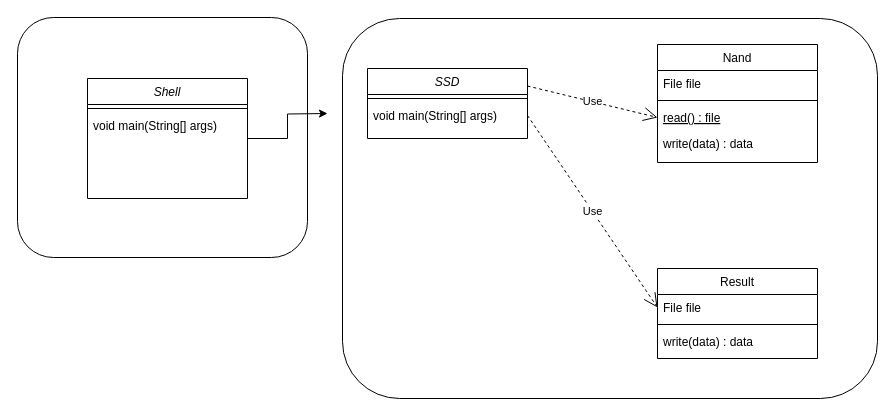
This is page "PackageDiagram" (1 of 2) of src/main/resources/ClassDiagram.drawio from 24CRA-TeamB/SolidStateDrive, a draw.io file, before an edit. Source tidied: cells renumbered, new cells numbered last; positions are measured from the earlier drawing's top-left corner, leaving out a move shared by most shapes. Both pictures are drawn from the tidied source at 100%, with x=0, y=0 at pixel (17, 17).
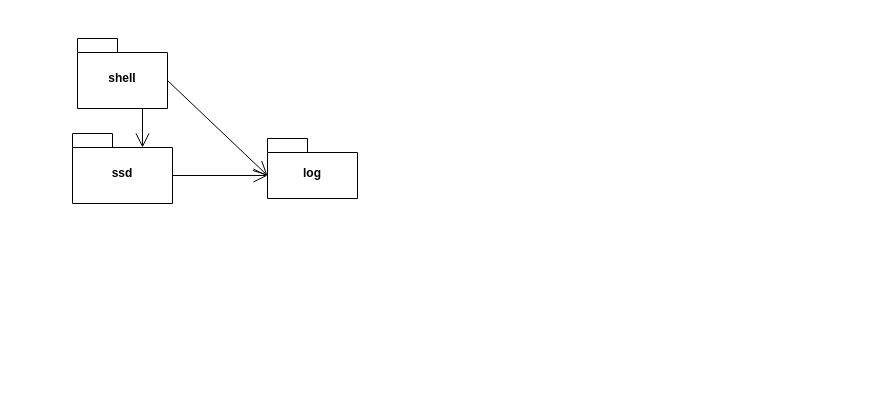
The same page after the edit.

Commit message:
shell 관련 클래스 다이어그램 업데이트

Diff of the diagram source:
```diff
@@
-    <mxCell id="2" style="rounded=1;whiteSpace=wrap;html=1;" parent="1" vertex="1">
-      <mxGeometry x="325" y="1" width="535" height="380" as="geometry" />
-    </mxCell>
-    <mxCell id="3" style="rounded=1;whiteSpace=wrap;html=1;" parent="1" vertex="1">
-      <mxGeometry width="290" height="240" as="geometry" />
-    </mxCell>
-    <mxCell id="4" value="SSD" style="swimlane;fontStyle=2;align=center;verticalAlign=top;horizontal=1;startSize=26;rounded=0;shadow=0;strokeWidth=1;" parent="1" vertex="1">
-      <mxGeometry x="350" y="51" width="160" height="70" as="geometry" />
-    </mxCell>
-    <mxCell id="5" style="line;html=1;strokeWidth=1;align=left;verticalAlign=middle;spacingTop=-1;spacingLeft=3;spacingRight=3;labelPosition=right;" parent="4" vertex="1">
-      <mxGeometry y="26" width="160" height="8" as="geometry" />
-    </mxCell>
-    <mxCell id="6" value="void main(String[] args)" style="text;align=left;verticalAlign=top;spacingLeft=4;spacingRight=4;overflow=hidden;points=[[0,0.5],[1,0.5]];portConstraint=eastwest;" parent="4" vertex="1">
-      <mxGeometry y="34" width="160" height="26" as="geometry" />
-    </mxCell>
-    <mxCell id="7" value="Nand" style="swimlane;fontStyle=0;align=center;verticalAlign=top;horizontal=1;startSize=26;rounded=0;shadow=0;strokeWidth=1;" parent="1" vertex="1">
-      <mxGeometry x="640" y="27" width="160" height="118" as="geometry" />
-    </mxCell>
-    <mxCell id="8" value="File file" style="text;align=left;verticalAlign=top;spacingLeft=4;spacingRight=4;overflow=hidden;rounded=0;shadow=0;html=0;" parent="7" vertex="1">
-      <mxGeometry y="26" width="160" height="26" as="geometry" />
-    </mxCell>
-    <mxCell id="9" style="line;html=1;strokeWidth=1;align=left;verticalAlign=middle;spacingTop=-1;spacingLeft=3;spacingRight=3;labelPosition=right;" parent="7" vertex="1">
-      <mxGeometry y="52" width="160" height="8" as="geometry" />
-    </mxCell>
-    <mxCell id="10" value="read() : file" style="text;align=left;verticalAlign=top;spacingLeft=4;spacingRight=4;overflow=hidden;points=[[0,0.5],[1,0.5]];portConstraint=eastwest;fontStyle=4;" parent="7" vertex="1">
-      <mxGeometry y="60" width="160" height="26" as="geometry" />
-    </mxCell>
-    <mxCell id="11" value="write(data) : data" style="text;align=left;verticalAlign=top;spacingLeft=4;spacingRight=4;overflow=hidden;" parent="7" vertex="1">
-      <mxGeometry y="86" width="160" height="26" as="geometry" />
-    </mxCell>
-    <mxCell id="12" value="Result" style="swimlane;fontStyle=0;align=center;verticalAlign=top;horizontal=1;startSize=26;rounded=0;shadow=0;strokeWidth=1;" parent="1" vertex="1">
-      <mxGeometry x="640" y="251" width="160" height="90" as="geometry" />
-    </mxCell>
-    <mxCell id="13" value="File file" style="text;align=left;verticalAlign=top;spacingLeft=4;spacingRight=4;overflow=hidden;points=[[0,0.5],[1,0.5]];portConstraint=eastwest;rounded=0;shadow=0;html=0;" parent="12" vertex="1">
-      <mxGeometry y="26" width="160" height="26" as="geometry" />
-    </mxCell>
-    <mxCell id="14" style="line;html=1;strokeWidth=1;align=left;verticalAlign=middle;spacingTop=-1;spacingLeft=3;spacingRight=3;labelPosition=right;" parent="12" vertex="1">
-      <mxGeometry y="52" width="160" height="8" as="geometry" />
-    </mxCell>
-    <mxCell id="15" value="write(data) : data" style="text;align=left;verticalAlign=top;spacingLeft=4;spacingRight=4;overflow=hidden;" parent="12" vertex="1">
-      <mxGeometry y="60" width="160" height="26" as="geometry" />
-    </mxCell>
-    <mxCell id="16" value="Use" style="endArrow=open;endSize=12;dashed=1;html=1;rounded=0;entryX=0;entryY=0.5;entryDx=0;entryDy=0;exitX=1;exitY=0.25;exitDx=0;exitDy=0;" parent="1" edge="1" source="4" target="10">
-      <mxGeometry relative="1" as="geometry" />
-    </mxCell>
-    <mxCell id="17" value="Use" style="endArrow=open;endSize=12;dashed=1;html=1;rounded=0;entryX=0;entryY=0.5;entryDx=0;entryDy=0;exitX=1;exitY=0.5;exitDx=0;exitDy=0;" parent="1" edge="1" source="6" target="13">
-      <mxGeometry relative="1" as="geometry" />
-    </mxCell>
-    <mxCell id="18" style="edgeStyle=orthogonalEdgeStyle;rounded=0;jettySize=auto;html=1;" parent="1" edge="1" source="19">
-      <mxGeometry relative="1" as="geometry">
-        <mxPoint x="310" y="96" as="targetPoint" />
-      </mxGeometry>
-    </mxCell>
-    <mxCell id="19" value="Shell" style="swimlane;fontStyle=2;align=center;verticalAlign=top;horizontal=1;startSize=26;rounded=0;shadow=0;strokeWidth=1;" parent="1" vertex="1">
-      <mxGeometry x="70" y="61" width="160" height="120" as="geometry" />
-    </mxCell>
-    <mxCell id="20" style="line;html=1;strokeWidth=1;align=left;verticalAlign=middle;spacingTop=-1;spacingLeft=3;spacingRight=3;labelPosition=right;" parent="19" vertex="1">
-      <mxGeometry y="26" width="160" height="8" as="geometry" />
-    </mxCell>
-    <mxCell id="21" value="void main(String[] args)" style="text;align=left;verticalAlign=top;spacingLeft=4;spacingRight=4;overflow=hidden;" parent="19" vertex="1">
-      <mxGeometry y="34" width="160" height="26" as="geometry" />
-    </mxCell>
+    <mxCell id="22" value="log" style="shape=folder;fontStyle=1;spacingTop=10;tabWidth=40;tabHeight=14;tabPosition=left;html=1;whiteSpace=wrap;" parent="1" vertex="1">
+      <mxGeometry x="250" y="121" width="90" height="60" as="geometry" />
+    </mxCell>
+    <mxCell id="23" value="shell" style="shape=folder;fontStyle=1;spacingTop=10;tabWidth=40;tabHeight=14;tabPosition=left;html=1;whiteSpace=wrap;" parent="1" vertex="1">
+      <mxGeometry x="60" y="21" width="90" height="70" as="geometry" />
+    </mxCell>
+    <mxCell id="24" value="ssd" style="shape=folder;fontStyle=1;spacingTop=10;tabWidth=40;tabHeight=14;tabPosition=left;html=1;whiteSpace=wrap;" parent="1" vertex="1">
+      <mxGeometry x="55" y="116" width="100" height="70" as="geometry" />
+    </mxCell>
+    <mxCell id="25" style="endArrow=open;endFill=1;endSize=12;html=1;rounded=0;entryX=0;entryY=0;entryDx=70;entryDy=14;entryPerimeter=0;" parent="1" edge="1" target="24">
+      <mxGeometry relative="1" as="geometry">
+        <mxPoint x="125" y="91" as="sourcePoint" />
+      </mxGeometry>
+    </mxCell>
+    <mxCell id="26" style="endArrow=open;endFill=1;endSize=12;html=1;rounded=0;exitX=0;exitY=0;exitDx=90;exitDy=42;exitPerimeter=0;entryX=0;entryY=0;entryDx=0;entryDy=37;entryPerimeter=0;" parent="1" edge="1" source="23" target="22">
+      <mxGeometry relative="1" as="geometry" />
+    </mxCell>
+    <mxCell id="27" style="endArrow=open;endFill=1;endSize=12;html=1;rounded=0;exitX=0;exitY=0;exitDx=100;exitDy=42;exitPerimeter=0;entryX=0;entryY=0;entryDx=0;entryDy=37;entryPerimeter=0;" parent="1" edge="1" source="24" target="22">
+      <mxGeometry relative="1" as="geometry" />
+    </mxCell>
```
